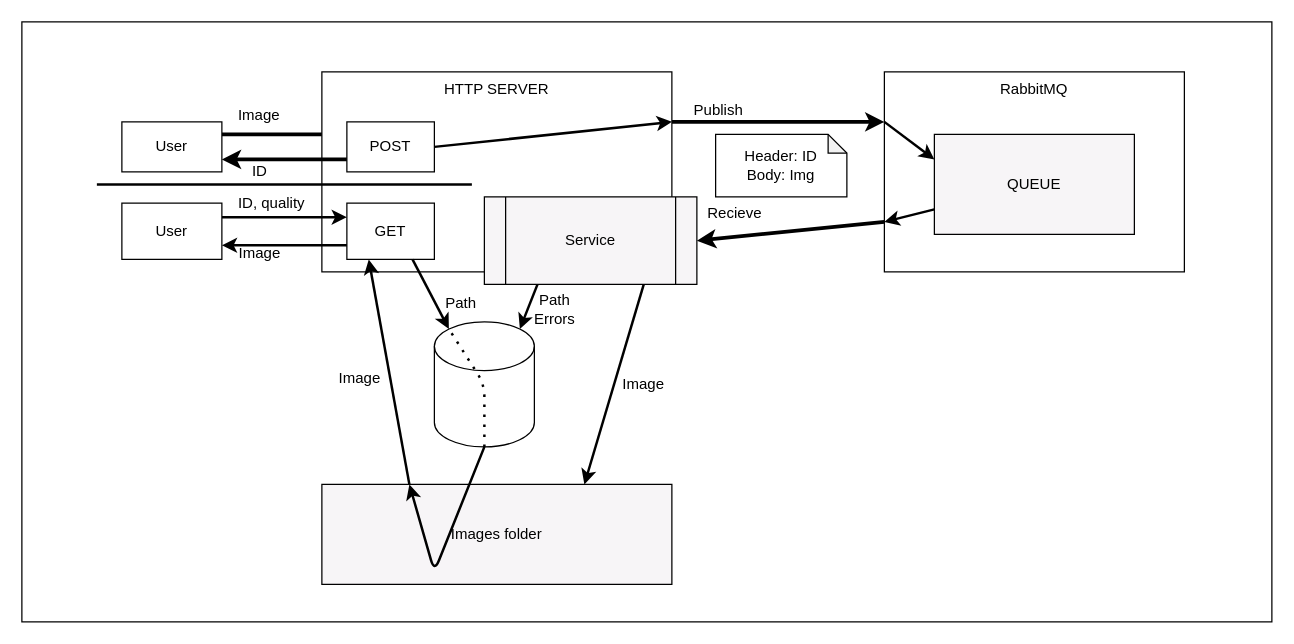
The draw.io diagram app.drawio in andrsj/go-rabbit-image, before the edit. Source tidied: cells renumbered, new cells numbered last; positions are measured from the earlier drawing's top-left corner, leaving out a move shared by most shapes. Both pictures are drawn from the tidied source at 125%, with x=0, y=0 at pixel (21, 21).
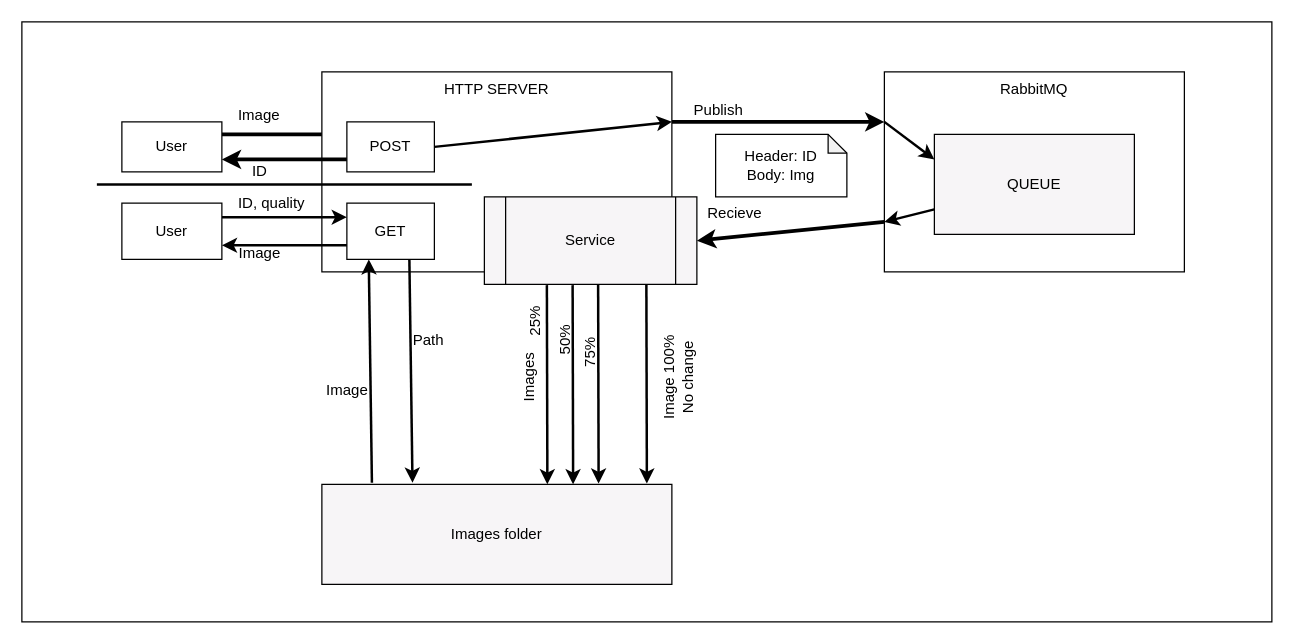
Above is the later version.

The change refers to these unchanged cells:
```xml
<mxCell id="13" value="Service&lt;br&gt;" style="shape=process;whiteSpace=wrap;html=1;backgroundOutline=1;strokeColor=#000000;fontColor=#000000;fillColor=#F7F5F7;" parent="1" vertex="1">
  <mxGeometry x="370" y="140" width="170" height="70" as="geometry" />
</mxCell>
<mxCell id="20" value="GET" style="rounded=0;whiteSpace=wrap;html=1;strokeColor=#000000;fontColor=#000000;fillColor=none;" parent="1" vertex="1">
  <mxGeometry x="260" y="145" width="70" height="45" as="geometry" />
</mxCell>
<mxCell id="31" value="Images folder" style="rounded=0;whiteSpace=wrap;html=1;strokeColor=#000000;fontColor=#000000;fillColor=#F7F5F7;" parent="1" vertex="1">
  <mxGeometry x="240" y="370" width="280" height="80" as="geometry" />
</mxCell>
```

Diff of the diagram source:
```diff
@@
-    <mxCell id="11" style="edgeStyle=none;html=1;exitX=0.25;exitY=1;exitDx=0;exitDy=0;entryX=0.855;entryY=0;entryDx=0;entryDy=5.650858154296891;entryPerimeter=0;strokeColor=#000000;strokeWidth=2;fontColor=#000000;startArrow=none;startFill=0;endArrow=classic;endFill=1;" parent="1" edge="1" source="13" target="32">
-      <mxGeometry relative="1" as="geometry" />
-    </mxCell>
-    <mxCell id="12" style="edgeStyle=none;html=1;exitX=0.75;exitY=1;exitDx=0;exitDy=0;strokeColor=#000000;strokeWidth=2;fontColor=#000000;startArrow=none;startFill=0;endArrow=classic;endFill=1;entryX=0.75;entryY=0;entryDx=0;entryDy=0;" parent="1" edge="1" source="13" target="31">
-      <mxGeometry relative="1" as="geometry" />
+    <mxCell id="12" style="edgeStyle=none;html=1;exitX=0.468;exitY=1.009;exitDx=0;exitDy=0;strokeColor=#000000;strokeWidth=2;fontColor=#000000;startArrow=none;startFill=0;endArrow=classic;endFill=1;entryX=0.75;entryY=0;entryDx=0;entryDy=0;exitPerimeter=0;" parent="1" edge="1">
+      <mxGeometry relative="1" as="geometry">
+        <mxPoint x="440.6" y="210.6" as="sourcePoint" />
+        <mxPoint x="441" y="370" as="targetPoint" />
+      </mxGeometry>
     </mxCell>
@@
-    <mxCell id="19" style="edgeStyle=none;html=1;exitX=0.75;exitY=1;exitDx=0;exitDy=0;entryX=0.145;entryY=0;entryDx=0;entryDy=5.650858154296891;entryPerimeter=0;strokeColor=#000000;strokeWidth=2;fontColor=#000000;startArrow=none;startFill=0;endArrow=classic;endFill=1;" parent="1" edge="1" source="20" target="32">
-      <mxGeometry relative="1" as="geometry" />
-    </mxCell>
@@
-    <mxCell id="30" style="edgeStyle=none;html=1;exitX=0.25;exitY=0;exitDx=0;exitDy=0;entryX=0.25;entryY=1;entryDx=0;entryDy=0;strokeColor=#000000;strokeWidth=2;fontColor=#000000;startArrow=none;startFill=0;endArrow=classic;endFill=1;" parent="1" edge="1" source="31" target="20">
+    <mxCell id="30" style="edgeStyle=none;html=1;exitX=0.143;exitY=-0.016;exitDx=0;exitDy=0;entryX=0.25;entryY=1;entryDx=0;entryDy=0;strokeColor=#000000;strokeWidth=2;fontColor=#000000;startArrow=none;startFill=0;endArrow=classic;endFill=1;exitPerimeter=0;" parent="1" edge="1" source="31" target="20">
       <mxGeometry relative="1" as="geometry" />
     </mxCell>
@@
-    <mxCell id="32" style="shape=cylinder3;whiteSpace=wrap;html=1;boundedLbl=1;backgroundOutline=1;size=19.485717773437557;strokeColor=#000000;fontColor=#000000;fillColor=#FFFFFF;" parent="1" vertex="1">
-      <mxGeometry x="330" y="240" width="80" height="100" as="geometry" />
-    </mxCell>
@@
-    <mxCell id="34" style="edgeStyle=none;html=1;exitX=0.5;exitY=1;exitDx=0;exitDy=0;exitPerimeter=0;entryX=0.25;entryY=0;entryDx=0;entryDy=0;strokeColor=#000000;strokeWidth=2;fontColor=#000000;startArrow=none;startFill=0;endArrow=classic;endFill=1;" parent="1" edge="1" source="32" target="31">
-      <mxGeometry relative="1" as="geometry">
-        <Array as="points">
-          <mxPoint x="330" y="440" />
-        </Array>
-      </mxGeometry>
-    </mxCell>
     <mxCell id="35" value="Path" style="text;html=1;align=center;verticalAlign=middle;strokeColor=none;fillColor=none;fontColor=#000000;" parent="1" vertex="1">
-      <mxGeometry x="326" y="210" width="50" height="30" as="geometry" />
+      <mxGeometry x="300" y="240" width="50" height="30" as="geometry" />
     </mxCell>
-    <mxCell id="36" value="Path&lt;br&gt;Errors" style="text;html=1;align=center;verticalAlign=middle;strokeColor=none;fillColor=none;fontColor=#000000;" parent="1" vertex="1">
-      <mxGeometry x="396" y="210" width="60" height="40" as="geometry" />
-    </mxCell>
-    <mxCell id="37" value="Image" style="text;html=1;align=center;verticalAlign=middle;strokeColor=none;fillColor=none;fontColor=#000000;" parent="1" vertex="1">
-      <mxGeometry x="467" y="275" width="60" height="30" as="geometry" />
+    <mxCell id="37" value="Image 100%&lt;br&gt;No change" style="text;html=1;align=center;verticalAlign=middle;strokeColor=none;fillColor=none;fontColor=#000000;rotation=-90;" parent="1" vertex="1">
+      <mxGeometry x="480" y="265" width="90" height="40" as="geometry" />
     </mxCell>
     <mxCell id="38" value="Image" style="text;html=1;align=center;verticalAlign=middle;strokeColor=none;fillColor=none;fontColor=#000000;" parent="1" vertex="1">
-      <mxGeometry x="240" y="270" width="60" height="30" as="geometry" />
+      <mxGeometry x="230" y="280" width="60" height="30" as="geometry" />
     </mxCell>
-    <mxCell id="39" style="endArrow=none;dashed=1;html=1;dashPattern=1 3;strokeWidth=2;strokeColor=#000000;fontColor=#000000;entryX=0.145;entryY=0;entryDx=0;entryDy=5.650858154296891;entryPerimeter=0;exitX=0.5;exitY=1;exitDx=0;exitDy=0;exitPerimeter=0;" parent="1" edge="1" source="32" target="32">
-      <mxGeometry relative="1" as="geometry">
-        <Array as="points">
-          <mxPoint x="370" y="290" />
-        </Array>
-      </mxGeometry>
-    </mxCell>
+    <mxCell id="40" style="edgeStyle=none;html=1;exitX=0.468;exitY=1.009;exitDx=0;exitDy=0;strokeColor=#000000;strokeWidth=2;fontColor=#000000;startArrow=none;startFill=0;endArrow=classic;endFill=1;entryX=0.75;entryY=0;entryDx=0;entryDy=0;exitPerimeter=0;" parent="1" edge="1">
+      <mxGeometry relative="1" as="geometry">
+        <mxPoint x="461" y="210" as="sourcePoint" />
+        <mxPoint x="461.4" y="369.4" as="targetPoint" />
+      </mxGeometry>
+    </mxCell>
+    <mxCell id="41" style="edgeStyle=none;html=1;exitX=0.468;exitY=1.009;exitDx=0;exitDy=0;strokeColor=#000000;strokeWidth=2;fontColor=#000000;startArrow=none;startFill=0;endArrow=classic;endFill=1;entryX=0.75;entryY=0;entryDx=0;entryDy=0;exitPerimeter=0;" parent="1" edge="1">
+      <mxGeometry relative="1" as="geometry">
+        <mxPoint x="499.6" y="210" as="sourcePoint" />
+        <mxPoint x="500" y="369.4" as="targetPoint" />
+      </mxGeometry>
+    </mxCell>
+    <mxCell id="42" style="edgeStyle=none;html=1;exitX=0.468;exitY=1.009;exitDx=0;exitDy=0;strokeColor=#000000;strokeWidth=2;fontColor=#000000;startArrow=none;startFill=0;endArrow=classic;endFill=1;entryX=0.75;entryY=0;entryDx=0;entryDy=0;exitPerimeter=0;" parent="1" edge="1">
+      <mxGeometry relative="1" as="geometry">
+        <mxPoint x="420" y="210.6" as="sourcePoint" />
+        <mxPoint x="420.4" y="370" as="targetPoint" />
+      </mxGeometry>
+    </mxCell>
+    <mxCell id="43" value="Images" style="text;html=1;align=center;verticalAlign=middle;strokeColor=none;fillColor=none;fontColor=#000000;rotation=-90;" parent="1" vertex="1">
+      <mxGeometry x="376" y="270" width="60" height="30" as="geometry" />
+    </mxCell>
+    <mxCell id="44" value="25%" style="text;html=1;align=center;verticalAlign=middle;strokeColor=none;fillColor=none;fontColor=#000000;rotation=-90;" parent="1" vertex="1">
+      <mxGeometry x="386" y="225" width="50" height="30" as="geometry" />
+    </mxCell>
+    <mxCell id="45" value="50%" style="text;html=1;align=center;verticalAlign=middle;strokeColor=none;fillColor=none;fontColor=#000000;rotation=-90;" parent="1" vertex="1">
+      <mxGeometry x="410" y="240" width="50" height="30" as="geometry" />
+    </mxCell>
+    <mxCell id="46" value="75%" style="text;html=1;align=center;verticalAlign=middle;strokeColor=none;fillColor=none;fontColor=#000000;rotation=-90;" parent="1" vertex="1">
+      <mxGeometry x="430" y="250" width="50" height="30" as="geometry" />
+    </mxCell>
+    <mxCell id="47" style="edgeStyle=none;html=1;exitX=0.143;exitY=-0.016;exitDx=0;exitDy=0;entryX=0.25;entryY=1;entryDx=0;entryDy=0;strokeColor=#000000;strokeWidth=2;fontColor=#000000;startArrow=classic;startFill=1;endArrow=none;endFill=0;exitPerimeter=0;" parent="1" edge="1">
+      <mxGeometry relative="1" as="geometry">
+        <mxPoint x="312.5" y="368.7" as="sourcePoint" />
+        <mxPoint x="310" y="190" as="targetPoint" />
+      </mxGeometry>
+    </mxCell>
```
